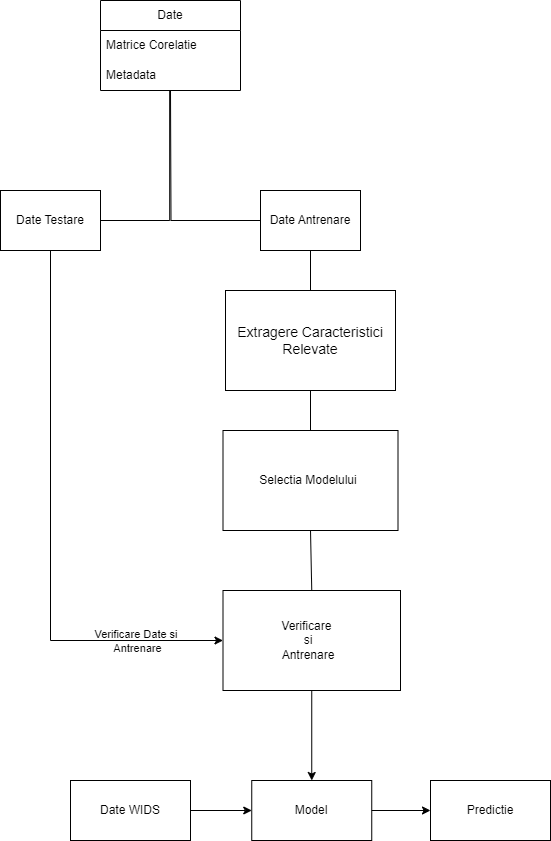
Before: documente/Diagrama.png, a diagram exported from draw.io (PrelucrareaImaginilor/pi-p-proiect-healthhackers). Source tidied: cells renumbered, new cells last; positions are measured from the earlier drawing's top-left corner, leaving out a move shared by most shapes.
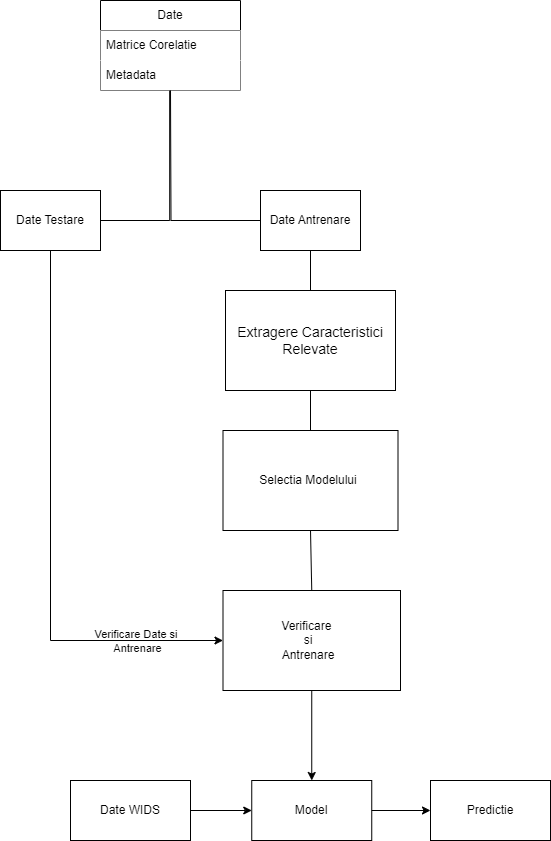
The same file after the commit.

What changed in the source:
```diff
@@ -5,10 +5,10 @@
     <mxCell id="2" value="Date" style="swimlane;fontStyle=0;horizontal=1;startSize=30;whiteSpace=wrap;html=1;labelBackgroundColor=none;" parent="1" vertex="1">
       <mxGeometry x="100" width="140" height="90" as="geometry" />
     </mxCell>
-    <mxCell id="3" value="Matrice Corelatie" style="text;strokeColor=none;fillColor=none;align=left;verticalAlign=middle;spacingLeft=4;spacingRight=4;overflow=hidden;whiteSpace=wrap;html=1;labelBackgroundColor=none;" parent="2" vertex="1">
+    <mxCell id="3" value="Matrice Corelatie" style="text;strokeColor=none;fillColor=default;align=left;verticalAlign=middle;spacingLeft=4;spacingRight=4;overflow=hidden;whiteSpace=wrap;html=1;labelBackgroundColor=none;" parent="2" vertex="1">
       <mxGeometry y="30" width="140" height="30" as="geometry" />
     </mxCell>
-    <mxCell id="4" value="Metadata" style="text;strokeColor=none;fillColor=none;align=left;verticalAlign=middle;spacingLeft=4;spacingRight=4;overflow=hidden;points=[[0,0.5],[1,0.5]];portConstraint=eastwest;whiteSpace=wrap;html=1;labelBackgroundColor=none;" parent="2" vertex="1">
+    <mxCell id="4" value="Metadata" style="text;strokeColor=none;fillColor=default;align=left;verticalAlign=middle;spacingLeft=4;spacingRight=4;overflow=hidden;points=[[0,0.5],[1,0.5]];portConstraint=eastwest;whiteSpace=wrap;html=1;labelBackgroundColor=none;" parent="2" vertex="1">
       <mxGeometry y="60" width="140" height="30" as="geometry" />
     </mxCell>
     <mxCell id="5" style="rounded=0;whiteSpace=wrap;html=1;labelBackgroundColor=none;" parent="1" vertex="1">
```
